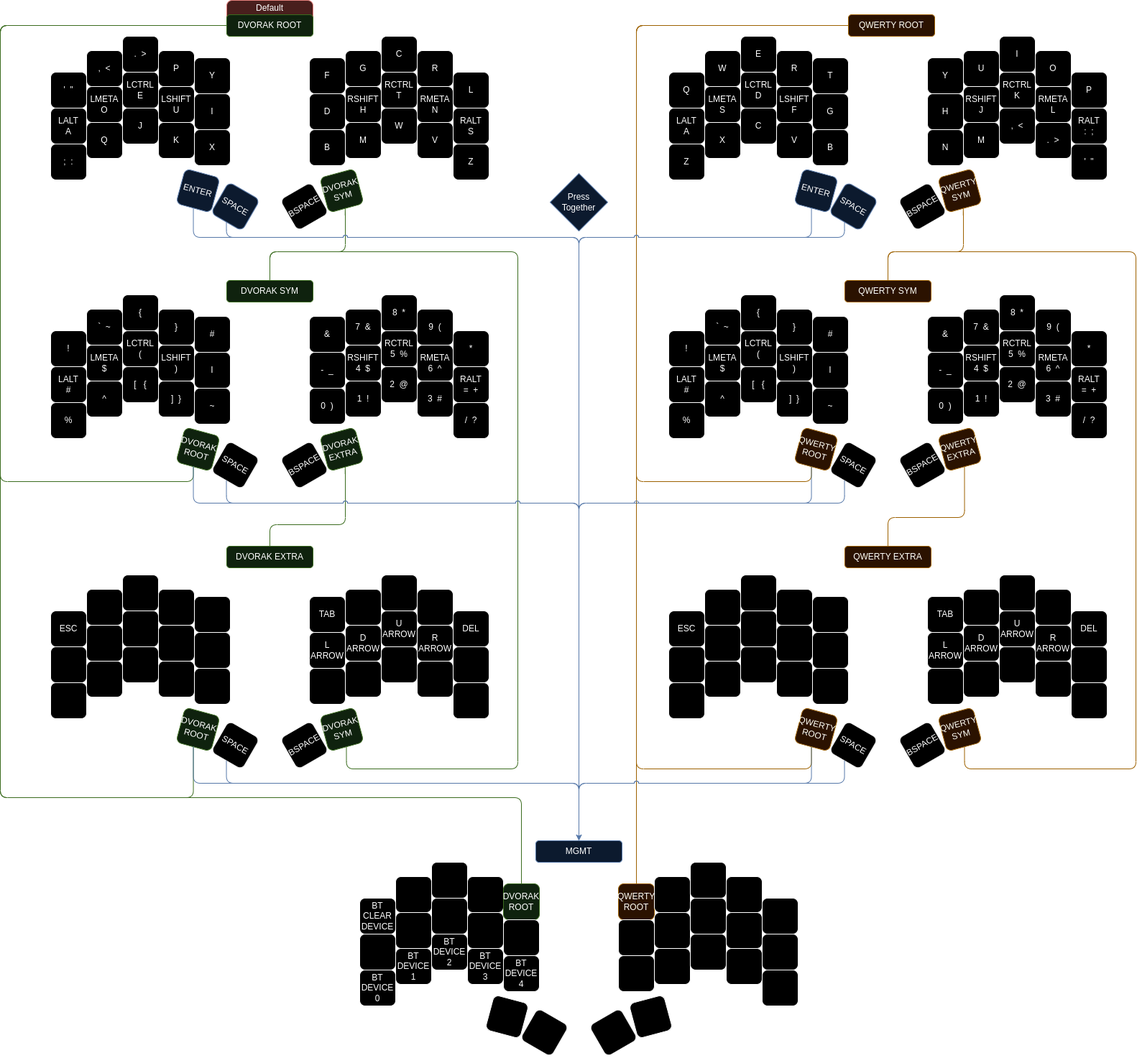
The draw.io diagram images/SweepKeymap.png in Sam-Pewton/ferris-sweep-zmk, before a commit. Source tidied: cells renumbered, new cells last; positions are measured from the earlier drawing's top-left corner, leaving out a move shared by most shapes.
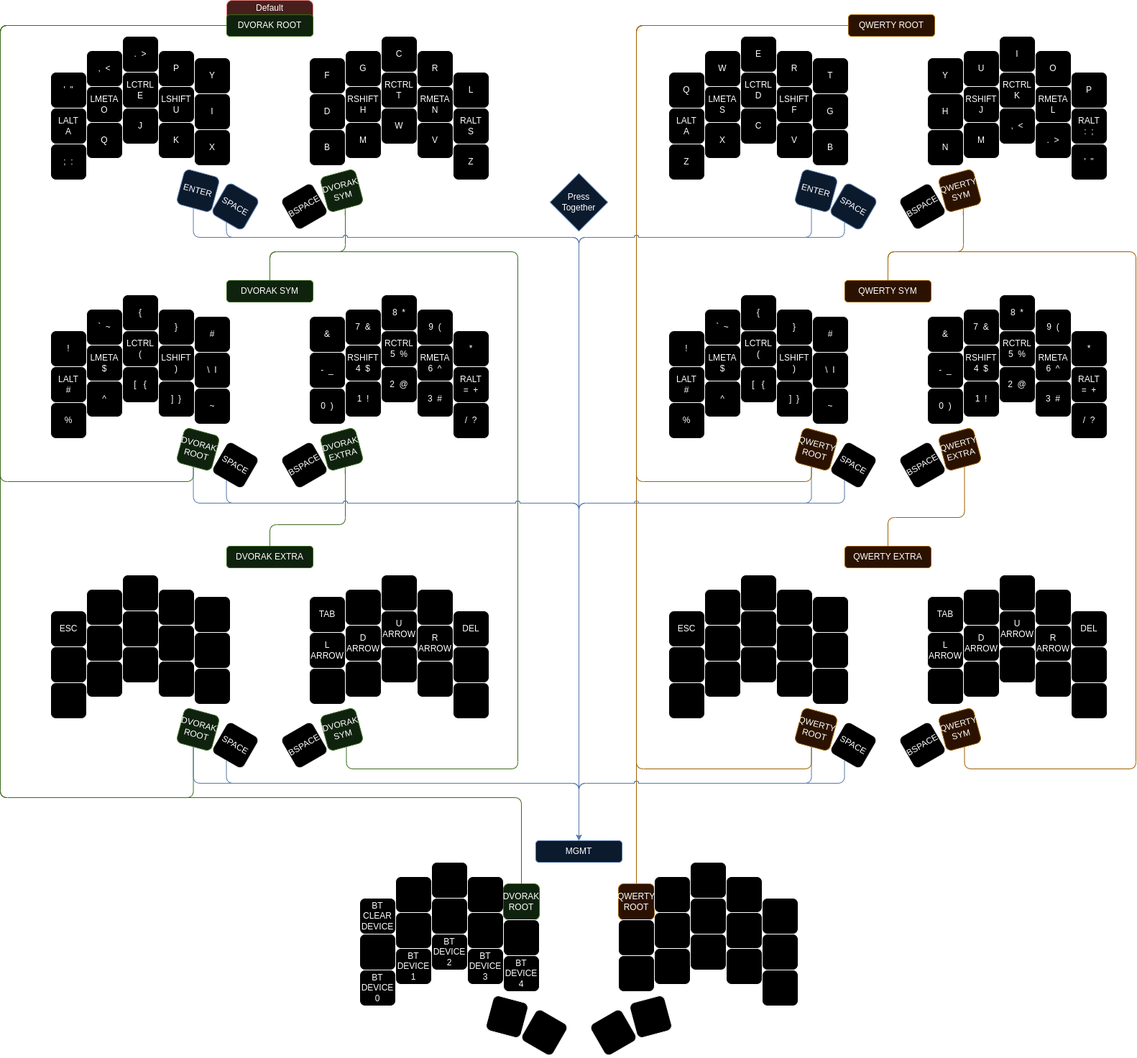
Later version of the same file.

Diff of the diagram source:
```diff
@@ -47,7 +47,7 @@
     <mxCell id="16" value="#" style="rounded=1;whiteSpace=wrap;html=1;" parent="3" vertex="1">
       <mxGeometry x="200" y="30" width="50" height="50" as="geometry" />
     </mxCell>
-    <mxCell id="17" value="I" style="rounded=1;whiteSpace=wrap;html=1;" parent="3" vertex="1">
+    <mxCell id="17" value="\&amp;nbsp; I" style="rounded=1;whiteSpace=wrap;html=1;" parent="3" vertex="1">
       <mxGeometry x="200" y="80" width="50" height="50" as="geometry" />
     </mxCell>
     <mxCell id="18" value="~" style="rounded=1;whiteSpace=wrap;html=1;" parent="3" vertex="1">
@@ -497,7 +497,7 @@
     <mxCell id="164" value="#" style="rounded=1;whiteSpace=wrap;html=1;" parent="150" vertex="1">
       <mxGeometry x="200" y="50" width="50" height="50" as="geometry" />
     </mxCell>
-    <mxCell id="165" value="I" style="rounded=1;whiteSpace=wrap;html=1;" parent="150" vertex="1">
+    <mxCell id="165" value="\&amp;nbsp; I" style="rounded=1;whiteSpace=wrap;html=1;" parent="150" vertex="1">
       <mxGeometry x="200" y="100" width="50" height="50" as="geometry" />
     </mxCell>
     <mxCell id="166" value="~" style="rounded=1;whiteSpace=wrap;html=1;" parent="150" vertex="1">
```
